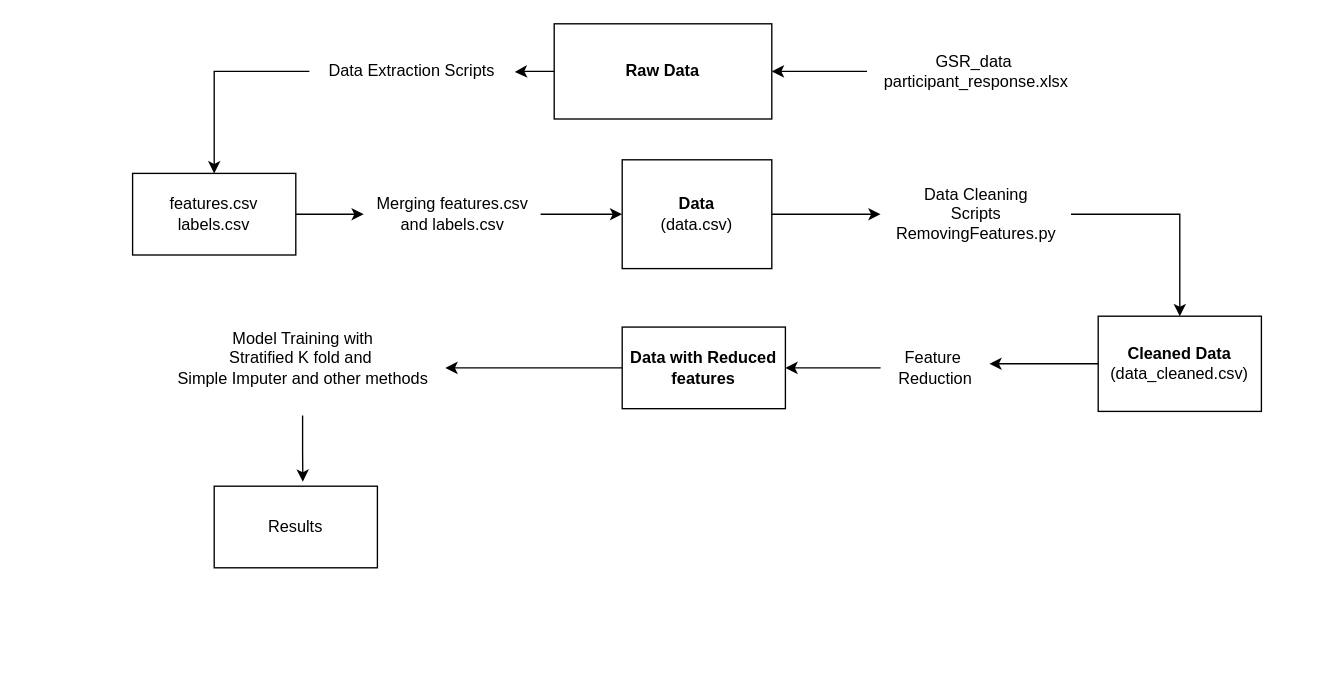
This is ViewPipeline/pipeline.drawio from vickvey/Project-PPG, a draw.io file, before an edit. Source tidied: cells renumbered, new cells numbered last; positions are measured from the earlier drawing's top-left corner, leaving out a move shared by most shapes. Both pictures are drawn from the tidied source at 136%, with x=0, y=0 at pixel (132, 23).
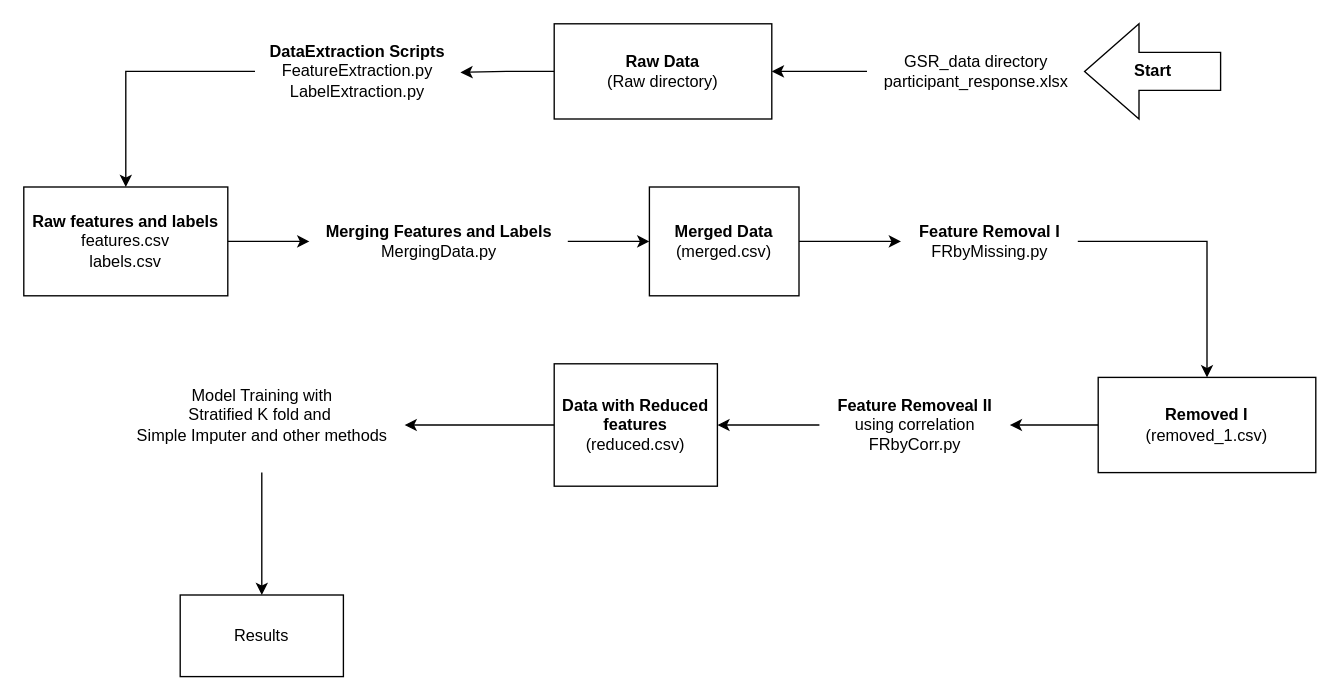
The same diagram, later.

Commit message (it also covers changes not shown here):
changed name acc to draw.io chart and made more clear names

Change to the diagram source:
```diff
@@
-    <mxCell id="3" value="&lt;b&gt;Raw Data&lt;/b&gt;" style="html=1;whiteSpace=wrap;" parent="1" vertex="1">
+    <mxCell id="3" value="&lt;b&gt;Raw Data&lt;/b&gt;&lt;div&gt;(Raw directory)&lt;/div&gt;" style="html=1;whiteSpace=wrap;" parent="1" vertex="1">
       <mxGeometry x="310" width="160" height="70" as="geometry" />
     </mxCell>
@@
-    <mxCell id="5" value="Data Extraction Scripts" style="text;html=1;align=center;verticalAlign=middle;points=[];strokeColor=none;fillColor=none;" parent="1" vertex="1">
-      <mxGeometry x="130" y="20" width="150" height="30" as="geometry" />
+    <mxCell id="5" value="&lt;b&gt;DataExtraction Scripts&lt;/b&gt;&lt;div&gt;FeatureExtraction.py&lt;/div&gt;&lt;div&gt;LabelExtraction.py&lt;/div&gt;" style="text;html=1;align=center;verticalAlign=middle;points=[];strokeColor=none;fillColor=none;" parent="1" vertex="1">
+      <mxGeometry x="90" y="5" width="150" height="60" as="geometry" />
     </mxCell>
@@
-    <mxCell id="7" value="Merging features.csv&lt;div&gt;&amp;nbsp;and&amp;nbsp;&lt;span style=&quot;background-color: initial;&quot;&gt;labels.csv&amp;nbsp;&lt;/span&gt;&lt;/div&gt;" style="text;html=1;align=center;verticalAlign=middle;points=[];strokeColor=none;fillColor=none;" parent="1" vertex="1">
-      <mxGeometry x="170" y="120" width="130" height="40" as="geometry" />
+    <mxCell id="7" value="&lt;b&gt;Merging Features and Labels&lt;/b&gt;&lt;div&gt;MergingData.py&lt;/div&gt;" style="text;html=1;align=center;verticalAlign=middle;points=[];strokeColor=none;fillColor=none;" parent="1" vertex="1">
+      <mxGeometry x="130" y="140" width="190" height="40" as="geometry" />
     </mxCell>
@@
-    <mxCell id="9" value="GSR_data&amp;nbsp;&lt;div&gt;&lt;span style=&quot;background-color: initial;&quot;&gt;participant_response.xlsx&lt;/span&gt;&lt;/div&gt;" style="text;html=1;align=center;verticalAlign=middle;points=[];strokeColor=none;fillColor=none;" parent="1" vertex="1">
+    <mxCell id="9" value="GSR_data directory&lt;div&gt;&lt;span style=&quot;background-color: initial;&quot;&gt;participant_response.xlsx&lt;/span&gt;&lt;/div&gt;" style="text;html=1;align=center;verticalAlign=middle;points=[];strokeColor=none;fillColor=none;" parent="1" vertex="1">
       <mxGeometry x="540" y="15" width="160" height="40" as="geometry" />
     </mxCell>
@@
-    <mxCell id="11" value="features.csv&lt;div&gt;labels.csv&lt;/div&gt;" style="whiteSpace=wrap;html=1;" parent="1" vertex="1">
-      <mxGeometry y="110" width="120" height="60" as="geometry" />
+    <mxCell id="11" value="&lt;div&gt;&lt;b&gt;Raw features and labels&lt;/b&gt;&lt;/div&gt;features.csv&lt;div&gt;labels.csv&lt;/div&gt;" style="whiteSpace=wrap;html=1;" parent="1" vertex="1">
+      <mxGeometry x="-80" y="120" width="150" height="80" as="geometry" />
     </mxCell>
@@
-    <mxCell id="13" value="&lt;b&gt;Data&lt;/b&gt;&lt;div&gt;(data.csv)&lt;/div&gt;" style="html=1;whiteSpace=wrap;" parent="1" vertex="1">
-      <mxGeometry x="360" y="100" width="110" height="80" as="geometry" />
+    <mxCell id="13" value="&lt;b&gt;Merged Data&lt;/b&gt;&lt;div&gt;(merged.csv)&lt;/div&gt;" style="html=1;whiteSpace=wrap;" parent="1" vertex="1">
+      <mxGeometry x="380" y="120" width="110" height="80" as="geometry" />
     </mxCell>
@@
-    <mxCell id="15" value="Data Cleaning&lt;div&gt;Scripts&lt;/div&gt;&lt;div&gt;RemovingFeatures.py&lt;/div&gt;" style="text;html=1;align=center;verticalAlign=middle;points=[];strokeColor=none;fillColor=none;" parent="1" vertex="1">
-      <mxGeometry x="550" y="110" width="140" height="60" as="geometry" />
+    <mxCell id="15" value="&lt;b&gt;Feature Removal I&lt;/b&gt;&lt;br&gt;&lt;div&gt;FRbyMissing.py&lt;/div&gt;" style="text;html=1;align=center;verticalAlign=middle;points=[];strokeColor=none;fillColor=none;" parent="1" vertex="1">
+      <mxGeometry x="565" y="140" width="130" height="40" as="geometry" />
     </mxCell>
-    <mxCell id="16" style="edgeStyle=orthogonalEdgeStyle;rounded=0;jettySize=auto;html=1;" parent="1" edge="1" source="17">
-      <mxGeometry relative="1" as="geometry">
-        <mxPoint x="630" y="250" as="targetPoint" />
-      </mxGeometry>
+    <mxCell id="16" style="edgeStyle=orthogonalEdgeStyle;rounded=0;jettySize=auto;html=1;" parent="1" edge="1" source="17" target="19">
+      <mxGeometry relative="1" as="geometry" />
     </mxCell>
-    <mxCell id="17" value="&lt;b&gt;Cleaned Data&lt;/b&gt;&lt;div&gt;(data_cleaned.csv)&lt;/div&gt;" style="whiteSpace=wrap;html=1;" parent="1" vertex="1">
-      <mxGeometry x="710" y="215" width="120" height="70" as="geometry" />
+    <mxCell id="17" value="&lt;div&gt;&lt;div&gt;&lt;div&gt;&lt;b&gt;Removed I&lt;/b&gt;&lt;/div&gt;&lt;div&gt;(removed_1.csv)&lt;/div&gt;&lt;/div&gt;&lt;/div&gt;" style="whiteSpace=wrap;html=1;" parent="1" vertex="1">
+      <mxGeometry x="710" y="260" width="160" height="70" as="geometry" />
     </mxCell>
@@
-    <mxCell id="19" value="Feature&amp;nbsp;&lt;div&gt;Reduction&lt;/div&gt;" style="text;html=1;align=center;verticalAlign=middle;points=[];strokeColor=none;fillColor=none;" parent="1" vertex="1">
-      <mxGeometry x="550" y="233" width="80" height="40" as="geometry" />
+    <mxCell id="19" value="&lt;b&gt;Feature Removeal II&lt;/b&gt;&lt;div&gt;using correlation&lt;/div&gt;&lt;div&gt;FRbyCorr.py&lt;/div&gt;" style="text;html=1;align=center;verticalAlign=middle;points=[];strokeColor=none;fillColor=none;" parent="1" vertex="1">
+      <mxGeometry x="505" y="265" width="140" height="60" as="geometry" />
     </mxCell>
@@
-    <mxCell id="21" value="&lt;b&gt;Data with Reduced features&lt;/b&gt;" style="whiteSpace=wrap;html=1;" parent="1" vertex="1">
-      <mxGeometry x="360" y="223" width="120" height="60" as="geometry" />
+    <mxCell id="21" value="&lt;b&gt;Data with Reduced features&lt;/b&gt;&lt;div&gt;(reduced.csv)&lt;/div&gt;" style="whiteSpace=wrap;html=1;" parent="1" vertex="1">
+      <mxGeometry x="310" y="250" width="120" height="90" as="geometry" />
     </mxCell>
-    <mxCell id="22" style="edgeStyle=orthogonalEdgeStyle;rounded=0;jettySize=auto;html=1;entryX=0.543;entryY=-0.055;entryDx=0;entryDy=0;entryPerimeter=0;" parent="1" edge="1" source="23" target="24">
+    <mxCell id="22" style="edgeStyle=orthogonalEdgeStyle;rounded=0;jettySize=auto;html=1;entryX=0.5;entryY=0;entryDx=0;entryDy=0;" parent="1" edge="1" source="23" target="24">
       <mxGeometry relative="1" as="geometry" />
     </mxCell>
     <mxCell id="23" value="Model Training with&lt;div&gt;Stratified K fold and&amp;nbsp;&lt;/div&gt;&lt;div&gt;Simple Imputer and other methods&lt;/div&gt;&lt;div&gt;&lt;br&gt;&lt;/div&gt;" style="text;html=1;align=center;verticalAlign=middle;points=[];strokeColor=none;fillColor=none;" parent="1" vertex="1">
-      <mxGeometry x="20" y="218" width="210" height="70" as="geometry" />
+      <mxGeometry x="-10" y="260" width="210" height="70" as="geometry" />
     </mxCell>
     <mxCell id="24" value="Results" style="whiteSpace=wrap;html=1;" parent="1" vertex="1">
-      <mxGeometry x="60" y="340" width="120" height="60" as="geometry" />
+      <mxGeometry x="35" y="420" width="120" height="60" as="geometry" />
     </mxCell>
+    <mxCell id="25" value="&lt;b&gt;Start&lt;/b&gt;" style="html=1;shadow=0;dashed=0;align=center;verticalAlign=middle;shape=mxgraph.arrows2.arrow;dy=0.6;dx=40;flipH=1;notch=0;" parent="1" vertex="1">
+      <mxGeometry x="700" width="100" height="70" as="geometry" />
+    </mxCell>
```
